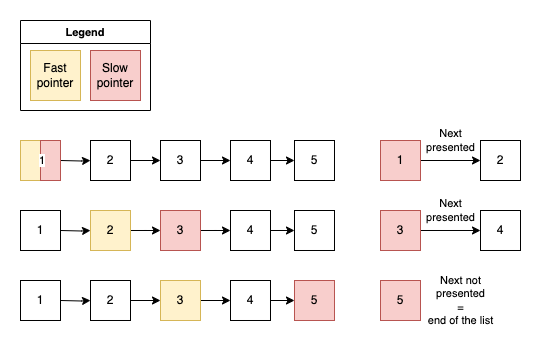
This is diagrams/linkedlist/FSP-linked-list-middle.drawio.png from ivanmikhalchanka/grokking-algorithms, a draw.io export, as it was before one commit. Source tidied: cells renumbered, new cells last; positions are measured from the earlier drawing's top-left corner, leaving out a move shared by most shapes. Its diagram source:
```xml
<mxGraphModel>
  <root>
    <mxCell id="0" />
    <mxCell id="1" parent="0" />
    <mxCell id="2" value="Legend" style="swimlane;whiteSpace=wrap;html=1;fontFamily=Helvetica;fontSize=11;fontColor=default;labelBackgroundColor=default;" parent="1" vertex="1">
      <mxGeometry width="130" height="90" as="geometry" />
    </mxCell>
    <mxCell id="3" value="Fast pointer" style="whiteSpace=wrap;html=1;fillColor=#fff2cc;strokeColor=#d6b656;" parent="2" vertex="1">
      <mxGeometry x="10" y="30" width="50" height="50" as="geometry" />
    </mxCell>
    <mxCell id="4" value="Slow&lt;div&gt;pointer&lt;/div&gt;" style="whiteSpace=wrap;html=1;fillColor=#f8cecc;strokeColor=#b85450;" parent="2" vertex="1">
      <mxGeometry x="70" y="30" width="50" height="50" as="geometry" />
    </mxCell>
    <mxCell id="5" style="edgeStyle=orthogonalEdgeStyle;shape=connector;curved=1;rounded=0;jettySize=auto;html=1;strokeColor=default;align=center;verticalAlign=middle;fontFamily=Helvetica;fontSize=11;fontColor=default;labelBackgroundColor=default;endArrow=classic;" parent="1" edge="1" target="7">
      <mxGeometry relative="1" as="geometry">
        <mxPoint x="40" y="140" as="sourcePoint" />
      </mxGeometry>
    </mxCell>
    <mxCell id="6" style="edgeStyle=orthogonalEdgeStyle;shape=connector;curved=1;rounded=0;jettySize=auto;html=1;strokeColor=default;align=center;verticalAlign=middle;fontFamily=Helvetica;fontSize=11;fontColor=default;labelBackgroundColor=default;endArrow=classic;" parent="1" edge="1" source="7" target="9">
      <mxGeometry relative="1" as="geometry" />
    </mxCell>
    <mxCell id="7" value="2" style="whiteSpace=wrap;html=1;" parent="1" vertex="1">
      <mxGeometry x="70" y="120" width="40" height="40" as="geometry" />
    </mxCell>
    <mxCell id="8" style="edgeStyle=orthogonalEdgeStyle;shape=connector;curved=1;rounded=0;jettySize=auto;html=1;strokeColor=default;align=center;verticalAlign=middle;fontFamily=Helvetica;fontSize=11;fontColor=default;labelBackgroundColor=default;endArrow=classic;" parent="1" edge="1" source="9" target="11">
      <mxGeometry relative="1" as="geometry" />
    </mxCell>
    <mxCell id="9" value="3" style="whiteSpace=wrap;html=1;" parent="1" vertex="1">
      <mxGeometry x="140" y="120" width="40" height="40" as="geometry" />
    </mxCell>
    <mxCell id="10" style="edgeStyle=orthogonalEdgeStyle;shape=connector;curved=1;rounded=0;jettySize=auto;html=1;strokeColor=default;align=center;verticalAlign=middle;fontFamily=Helvetica;fontSize=11;fontColor=default;labelBackgroundColor=default;endArrow=classic;" parent="1" edge="1" source="11" target="12">
      <mxGeometry relative="1" as="geometry" />
    </mxCell>
    <mxCell id="11" value="4" style="whiteSpace=wrap;html=1;" parent="1" vertex="1">
      <mxGeometry x="210" y="120" width="40" height="40" as="geometry" />
    </mxCell>
    <mxCell id="12" value="5" style="whiteSpace=wrap;html=1;" parent="1" vertex="1">
      <mxGeometry x="274" y="120" width="40" height="40" as="geometry" />
    </mxCell>
    <mxCell id="13" style="group;" parent="1" vertex="1">
      <mxGeometry y="120" width="40" height="40" as="geometry" />
    </mxCell>
    <mxCell id="14" style="rounded=0;whiteSpace=wrap;html=1;fontFamily=Helvetica;fontSize=11;labelBackgroundColor=default;fillColor=#fff2cc;strokeColor=#d6b656;" parent="13" vertex="1">
      <mxGeometry width="20" height="40" as="geometry" />
    </mxCell>
    <mxCell id="15" style="rounded=0;whiteSpace=wrap;html=1;fontFamily=Helvetica;fontSize=11;labelBackgroundColor=default;fillColor=#f8cecc;strokeColor=#b85450;" parent="13" vertex="1">
      <mxGeometry x="20" width="20" height="40" as="geometry" />
    </mxCell>
    <mxCell id="16" value="1" style="text;html=1;align=center;verticalAlign=middle;whiteSpace=wrap;rounded=0;fontFamily=Helvetica;fontSize=11;fontColor=default;labelBackgroundColor=default;" parent="13" vertex="1">
      <mxGeometry x="14" y="5" width="16" height="30" as="geometry" />
    </mxCell>
    <mxCell id="17" style="edgeStyle=orthogonalEdgeStyle;shape=connector;curved=1;rounded=0;jettySize=auto;html=1;strokeColor=default;align=center;verticalAlign=middle;fontFamily=Helvetica;fontSize=11;fontColor=default;labelBackgroundColor=default;endArrow=classic;" parent="1" edge="1" target="19">
      <mxGeometry relative="1" as="geometry">
        <mxPoint x="40" y="210" as="sourcePoint" />
      </mxGeometry>
    </mxCell>
    <mxCell id="18" style="edgeStyle=orthogonalEdgeStyle;shape=connector;curved=1;rounded=0;jettySize=auto;html=1;strokeColor=default;align=center;verticalAlign=middle;fontFamily=Helvetica;fontSize=11;fontColor=default;labelBackgroundColor=default;endArrow=classic;" parent="1" edge="1" source="19" target="21">
      <mxGeometry relative="1" as="geometry" />
    </mxCell>
    <mxCell id="19" value="2" style="whiteSpace=wrap;html=1;fillColor=#fff2cc;strokeColor=#d6b656;" parent="1" vertex="1">
      <mxGeometry x="70" y="190" width="40" height="40" as="geometry" />
    </mxCell>
    <mxCell id="20" style="edgeStyle=orthogonalEdgeStyle;shape=connector;curved=1;rounded=0;jettySize=auto;html=1;strokeColor=default;align=center;verticalAlign=middle;fontFamily=Helvetica;fontSize=11;fontColor=default;labelBackgroundColor=default;endArrow=classic;" parent="1" edge="1" source="21" target="23">
      <mxGeometry relative="1" as="geometry" />
    </mxCell>
    <mxCell id="21" value="3" style="whiteSpace=wrap;html=1;fillColor=#f8cecc;strokeColor=#b85450;" parent="1" vertex="1">
      <mxGeometry x="140" y="190" width="40" height="40" as="geometry" />
    </mxCell>
    <mxCell id="22" style="edgeStyle=orthogonalEdgeStyle;shape=connector;curved=1;rounded=0;jettySize=auto;html=1;strokeColor=default;align=center;verticalAlign=middle;fontFamily=Helvetica;fontSize=11;fontColor=default;labelBackgroundColor=default;endArrow=classic;" parent="1" edge="1" source="23" target="24">
      <mxGeometry relative="1" as="geometry" />
    </mxCell>
    <mxCell id="23" value="4" style="whiteSpace=wrap;html=1;" parent="1" vertex="1">
      <mxGeometry x="210" y="190" width="40" height="40" as="geometry" />
    </mxCell>
    <mxCell id="24" value="5" style="whiteSpace=wrap;html=1;" parent="1" vertex="1">
      <mxGeometry x="274" y="190" width="40" height="40" as="geometry" />
    </mxCell>
    <mxCell id="25" value="1" style="whiteSpace=wrap;html=1;" parent="1" vertex="1">
      <mxGeometry y="190" width="40" height="40" as="geometry" />
    </mxCell>
    <mxCell id="26" style="edgeStyle=orthogonalEdgeStyle;shape=connector;curved=1;rounded=0;jettySize=auto;html=1;strokeColor=default;align=center;verticalAlign=middle;fontFamily=Helvetica;fontSize=11;fontColor=default;labelBackgroundColor=default;endArrow=classic;" parent="1" edge="1" target="28">
      <mxGeometry relative="1" as="geometry">
        <mxPoint x="40" y="280" as="sourcePoint" />
      </mxGeometry>
    </mxCell>
    <mxCell id="27" style="edgeStyle=orthogonalEdgeStyle;shape=connector;curved=1;rounded=0;jettySize=auto;html=1;strokeColor=default;align=center;verticalAlign=middle;fontFamily=Helvetica;fontSize=11;fontColor=default;labelBackgroundColor=default;endArrow=classic;" parent="1" edge="1" source="28" target="30">
      <mxGeometry relative="1" as="geometry" />
    </mxCell>
    <mxCell id="28" value="2" style="whiteSpace=wrap;html=1;" parent="1" vertex="1">
      <mxGeometry x="70" y="260" width="40" height="40" as="geometry" />
    </mxCell>
    <mxCell id="29" style="edgeStyle=orthogonalEdgeStyle;shape=connector;curved=1;rounded=0;jettySize=auto;html=1;strokeColor=default;align=center;verticalAlign=middle;fontFamily=Helvetica;fontSize=11;fontColor=default;labelBackgroundColor=default;endArrow=classic;" parent="1" edge="1" source="30" target="32">
      <mxGeometry relative="1" as="geometry" />
    </mxCell>
    <mxCell id="30" value="3" style="whiteSpace=wrap;html=1;fillColor=#fff2cc;strokeColor=#d6b656;" parent="1" vertex="1">
      <mxGeometry x="140" y="260" width="40" height="40" as="geometry" />
    </mxCell>
    <mxCell id="31" style="edgeStyle=orthogonalEdgeStyle;shape=connector;curved=1;rounded=0;jettySize=auto;html=1;strokeColor=default;align=center;verticalAlign=middle;fontFamily=Helvetica;fontSize=11;fontColor=default;labelBackgroundColor=default;endArrow=classic;" parent="1" edge="1" source="32" target="33">
      <mxGeometry relative="1" as="geometry" />
    </mxCell>
    <mxCell id="32" value="4" style="whiteSpace=wrap;html=1;" parent="1" vertex="1">
      <mxGeometry x="210" y="260" width="40" height="40" as="geometry" />
    </mxCell>
    <mxCell id="33" value="5" style="whiteSpace=wrap;html=1;fillColor=#f8cecc;strokeColor=#b85450;" parent="1" vertex="1">
      <mxGeometry x="274" y="260" width="40" height="40" as="geometry" />
    </mxCell>
    <mxCell id="34" value="1" style="whiteSpace=wrap;html=1;" parent="1" vertex="1">
      <mxGeometry y="260" width="40" height="40" as="geometry" />
    </mxCell>
    <mxCell id="35" value="Next&lt;div&gt;presented&lt;/div&gt;" style="edgeStyle=orthogonalEdgeStyle;shape=connector;curved=1;rounded=0;jettySize=auto;html=1;entryX=0;entryY=0.5;entryDx=0;entryDy=0;strokeColor=default;align=center;verticalAlign=middle;fontFamily=Helvetica;fontSize=11;fontColor=default;labelBackgroundColor=default;endArrow=classic;" parent="1" edge="1" source="36" target="37">
      <mxGeometry y="20" relative="1" as="geometry" />
    </mxCell>
    <mxCell id="36" value="1" style="whiteSpace=wrap;html=1;fillColor=#f8cecc;strokeColor=#b85450;" parent="1" vertex="1">
      <mxGeometry x="360" y="120" width="40" height="40" as="geometry" />
    </mxCell>
    <mxCell id="37" value="2" style="whiteSpace=wrap;html=1;" parent="1" vertex="1">
      <mxGeometry x="460" y="120" width="40" height="40" as="geometry" />
    </mxCell>
    <mxCell id="38" value="Next&lt;div&gt;presented&lt;/div&gt;" style="edgeStyle=orthogonalEdgeStyle;shape=connector;curved=1;rounded=0;jettySize=auto;html=1;entryX=0;entryY=0.5;entryDx=0;entryDy=0;strokeColor=default;align=center;verticalAlign=middle;fontFamily=Helvetica;fontSize=11;fontColor=default;labelBackgroundColor=default;endArrow=classic;" parent="1" edge="1" source="39" target="40">
      <mxGeometry y="20" relative="1" as="geometry" />
    </mxCell>
    <mxCell id="39" value="3" style="whiteSpace=wrap;html=1;fillColor=#f8cecc;strokeColor=#b85450;" parent="1" vertex="1">
      <mxGeometry x="360" y="190" width="40" height="40" as="geometry" />
    </mxCell>
    <mxCell id="40" value="4" style="whiteSpace=wrap;html=1;" parent="1" vertex="1">
      <mxGeometry x="460" y="190" width="40" height="40" as="geometry" />
    </mxCell>
    <mxCell id="41" value="5" style="whiteSpace=wrap;html=1;fillColor=#f8cecc;strokeColor=#b85450;" parent="1" vertex="1">
      <mxGeometry x="360" y="260" width="40" height="40" as="geometry" />
    </mxCell>
    <mxCell id="42" value="Next not&lt;div&gt;presented&lt;/div&gt;&lt;div&gt;=&lt;/div&gt;&lt;div&gt;end of the list&lt;/div&gt;" style="text;html=1;align=center;verticalAlign=middle;strokeColor=none;fillColor=none;fontFamily=Helvetica;fontSize=11;fontColor=default;labelBackgroundColor=default;" parent="1" vertex="1">
      <mxGeometry x="395" y="245" width="90" height="70" as="geometry" />
    </mxCell>
  </root>
</mxGraphModel>
```
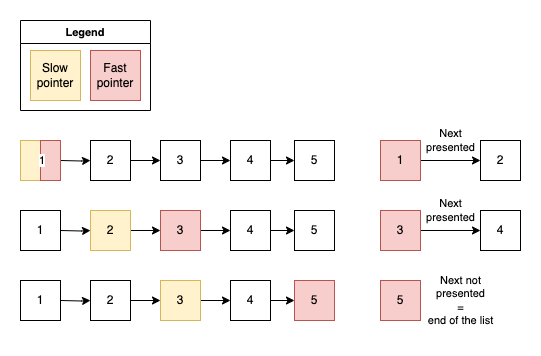
After the change.

The edit, as a diff of the source:
```diff
@@ -5,10 +5,10 @@
     <mxCell id="2" value="Legend" style="swimlane;whiteSpace=wrap;html=1;fontFamily=Helvetica;fontSize=11;fontColor=default;labelBackgroundColor=default;" parent="1" vertex="1">
       <mxGeometry width="130" height="90" as="geometry" />
     </mxCell>
-    <mxCell id="3" value="Fast pointer" style="whiteSpace=wrap;html=1;fillColor=#fff2cc;strokeColor=#d6b656;" parent="2" vertex="1">
+    <mxCell id="3" value="Slow pointer" style="whiteSpace=wrap;html=1;fillColor=#fff2cc;strokeColor=#d6b656;" parent="2" vertex="1">
       <mxGeometry x="10" y="30" width="50" height="50" as="geometry" />
     </mxCell>
-    <mxCell id="4" value="Slow&lt;div&gt;pointer&lt;/div&gt;" style="whiteSpace=wrap;html=1;fillColor=#f8cecc;strokeColor=#b85450;" parent="2" vertex="1">
+    <mxCell id="4" value="&lt;div&gt;Fast&lt;/div&gt;&lt;div&gt;pointer&lt;/div&gt;" style="whiteSpace=wrap;html=1;fillColor=#f8cecc;strokeColor=#b85450;" parent="2" vertex="1">
       <mxGeometry x="70" y="30" width="50" height="50" as="geometry" />
     </mxCell>
     <mxCell id="5" style="edgeStyle=orthogonalEdgeStyle;shape=connector;curved=1;rounded=0;jettySize=auto;html=1;strokeColor=default;align=center;verticalAlign=middle;fontFamily=Helvetica;fontSize=11;fontColor=default;labelBackgroundColor=default;endArrow=classic;" parent="1" edge="1" target="7">
```
